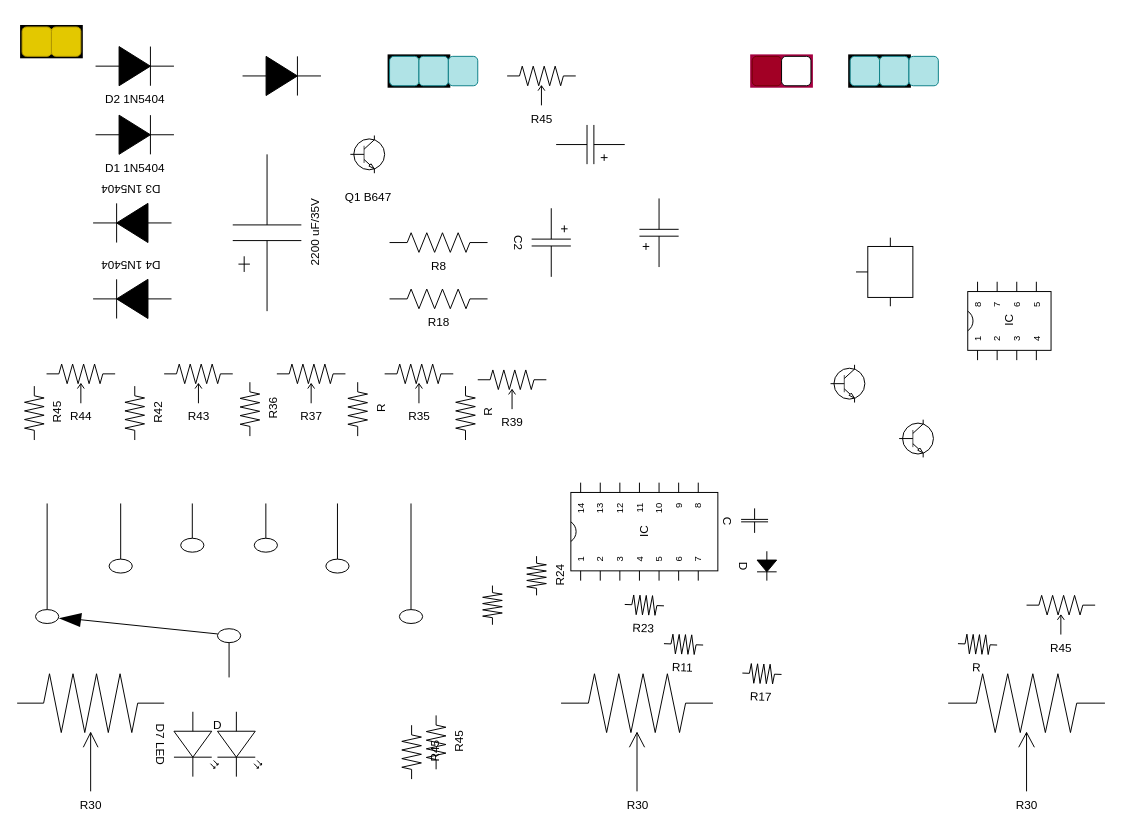
The draw.io diagram Tarjeta Main/tarjeta main.drawio in sanchezluys/Fuente-DC-Baku-BK-1502DD, before the edit. Source tidied: cells renumbered, new cells numbered last; positions are measured from the earlier drawing's top-left corner, leaving out a move shared by most shapes. Both pictures are drawn from the tidied source at 98%, with x=0, y=0 at pixel (7, 26).
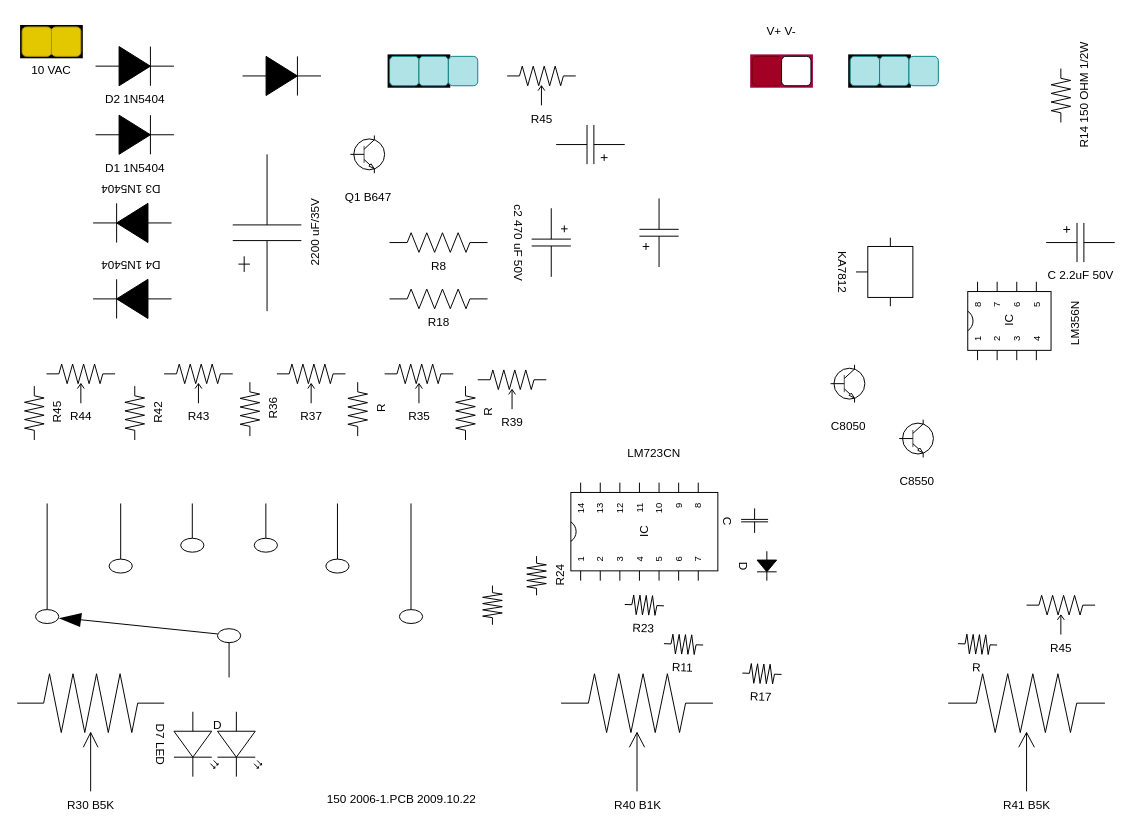
The same page after the edit.

Commit message (it also covers changes not shown here):
primer esquema de la main board

Change to the diagram source:
```diff
@@
-    <mxCell id="20" value="C2" style="verticalLabelPosition=bottom;shadow=0;dashed=0;align=center;html=1;verticalAlign=top;shape=mxgraph.electrical.capacitors.capacitor_5;rotation=90;" parent="1" vertex="1">
+    <mxCell id="20" value="c2 470 uF 50V" style="verticalLabelPosition=bottom;shadow=0;dashed=0;align=center;html=1;verticalAlign=top;shape=mxgraph.electrical.capacitors.capacitor_5;rotation=90;" parent="1" vertex="1">
       <mxGeometry x="520" y="200" width="70" height="40" as="geometry" />
     </mxCell>
@@
-    <mxCell id="25" style="verticalLabelPosition=bottom;shadow=0;dashed=0;align=center;html=1;verticalAlign=top;shape=mxgraph.electrical.abstract.voltage_regulator;rotation=90;" parent="1" vertex="1">
+    <mxCell id="25" value="KA7812" style="verticalLabelPosition=bottom;shadow=0;dashed=0;align=center;html=1;verticalAlign=top;shape=mxgraph.electrical.abstract.voltage_regulator;rotation=90;" parent="1" vertex="1">
       <mxGeometry x="860" y="221" width="70" height="58" as="geometry" />
     </mxCell>
-    <mxCell id="26" style="verticalLabelPosition=bottom;shadow=0;dashed=0;align=center;html=1;verticalAlign=top;shape=mxgraph.electrical.transistors.npn_transistor_1;" parent="1" vertex="1">
+    <mxCell id="26" value="C8550" style="verticalLabelPosition=bottom;shadow=0;dashed=0;align=center;html=1;verticalAlign=top;shape=mxgraph.electrical.transistors.npn_transistor_1;" parent="1" vertex="1">
       <mxGeometry x="910" y="390" width="35" height="60" as="geometry" />
     </mxCell>
-    <mxCell id="27" style="verticalLabelPosition=bottom;shadow=0;dashed=0;align=center;html=1;verticalAlign=top;shape=mxgraph.electrical.transistors.npn_transistor_1;" parent="1" vertex="1">
+    <mxCell id="27" value="C8050" style="verticalLabelPosition=bottom;shadow=0;dashed=0;align=center;html=1;verticalAlign=top;shape=mxgraph.electrical.transistors.npn_transistor_1;" parent="1" vertex="1">
       <mxGeometry x="840" y="334" width="35" height="60" as="geometry" />
     </mxCell>
@@
-    <mxCell id="46" value="R30" style="verticalLabelPosition=bottom;shadow=0;dashed=0;align=center;html=1;verticalAlign=top;shape=mxgraph.electrical.resistors.potentiometer_2;" parent="1" vertex="1">
+    <mxCell id="46" value="R30 B5K" style="verticalLabelPosition=bottom;shadow=0;dashed=0;align=center;html=1;verticalAlign=top;shape=mxgraph.electrical.resistors.potentiometer_2;" parent="1" vertex="1">
       <mxGeometry x="10" y="660" width="150" height="120" as="geometry" />
     </mxCell>
@@
-    <mxCell id="50" value="R30" style="verticalLabelPosition=bottom;shadow=0;dashed=0;align=center;html=1;verticalAlign=top;shape=mxgraph.electrical.resistors.potentiometer_2;" parent="1" vertex="1">
+    <mxCell id="50" value="R40 B1K" style="verticalLabelPosition=bottom;shadow=0;dashed=0;align=center;html=1;verticalAlign=top;shape=mxgraph.electrical.resistors.potentiometer_2;" parent="1" vertex="1">
       <mxGeometry x="565" y="660" width="155" height="120" as="geometry" />
     </mxCell>
-    <mxCell id="51" value="R30" style="verticalLabelPosition=bottom;shadow=0;dashed=0;align=center;html=1;verticalAlign=top;shape=mxgraph.electrical.resistors.potentiometer_2;" parent="1" vertex="1">
+    <mxCell id="51" value="R41 B5K" style="verticalLabelPosition=bottom;shadow=0;dashed=0;align=center;html=1;verticalAlign=top;shape=mxgraph.electrical.resistors.potentiometer_2;" parent="1" vertex="1">
       <mxGeometry x="960" y="660" width="160" height="120" as="geometry" />
     </mxCell>
@@
-    <mxCell id="60" value="R45" style="verticalLabelPosition=bottom;shadow=0;dashed=0;align=center;html=1;verticalAlign=top;shape=mxgraph.electrical.resistors.resistor_2;rotation=-90;" parent="1" vertex="1">
-      <mxGeometry x="385" y="730" width="55" height="20" as="geometry" />
-    </mxCell>
@@
-    <mxCell id="62" value="R45" style="verticalLabelPosition=bottom;shadow=0;dashed=0;align=center;html=1;verticalAlign=top;shape=mxgraph.electrical.resistors.resistor_2;rotation=-90;" parent="1" vertex="1">
-      <mxGeometry x="410" y="720" width="55" height="20" as="geometry" />
-    </mxCell>
@@
+    <mxCell id="65" value="R14 150 OHM 1/2W" style="verticalLabelPosition=bottom;shadow=0;dashed=0;align=center;html=1;verticalAlign=top;shape=mxgraph.electrical.resistors.resistor_2;rotation=-90;" parent="1" vertex="1">
+      <mxGeometry x="1047.5" y="60" width="55" height="20" as="geometry" />
+    </mxCell>
+    <mxCell id="66" value="LM356N" style="text;html=1;whiteSpace=wrap;strokeColor=none;fillColor=none;align=center;verticalAlign=middle;rounded=0;rotation=-90;" parent="1" vertex="1">
+      <mxGeometry x="1060" y="287.5" width="60" height="30" as="geometry" />
+    </mxCell>
+    <mxCell id="67" value="C 2.2uF 50V" style="verticalLabelPosition=bottom;shadow=0;dashed=0;align=center;html=1;verticalAlign=top;shape=mxgraph.electrical.capacitors.capacitor_5;rotation=0;" parent="1" vertex="1">
+      <mxGeometry x="1060" y="200" width="70" height="40" as="geometry" />
+    </mxCell>
+    <mxCell id="68" value="LM723CN" style="text;html=1;whiteSpace=wrap;strokeColor=none;fillColor=none;align=center;verticalAlign=middle;rounded=0;" parent="1" vertex="1">
+      <mxGeometry x="630" y="420" width="60" height="30" as="geometry" />
+    </mxCell>
+    <mxCell id="69" value="10 VAC" style="text;html=1;whiteSpace=wrap;strokeColor=none;fillColor=none;align=center;verticalAlign=middle;rounded=0;" parent="1" vertex="1">
+      <mxGeometry x="15" y="30" width="60" height="30" as="geometry" />
+    </mxCell>
+    <mxCell id="70" value="150 2006-1.PCB 2009.10.22" style="text;html=1;whiteSpace=wrap;strokeColor=none;fillColor=none;align=center;verticalAlign=middle;rounded=0;" parent="1" vertex="1">
+      <mxGeometry x="275" y="772.5" width="255" height="30" as="geometry" />
+    </mxCell>
+    <mxCell id="71" value="V+ V-" style="text;html=1;whiteSpace=wrap;strokeColor=none;fillColor=none;align=center;verticalAlign=middle;rounded=0;" parent="1" vertex="1">
+      <mxGeometry x="760" y="-10" width="60" height="30" as="geometry" />
+    </mxCell>
```
